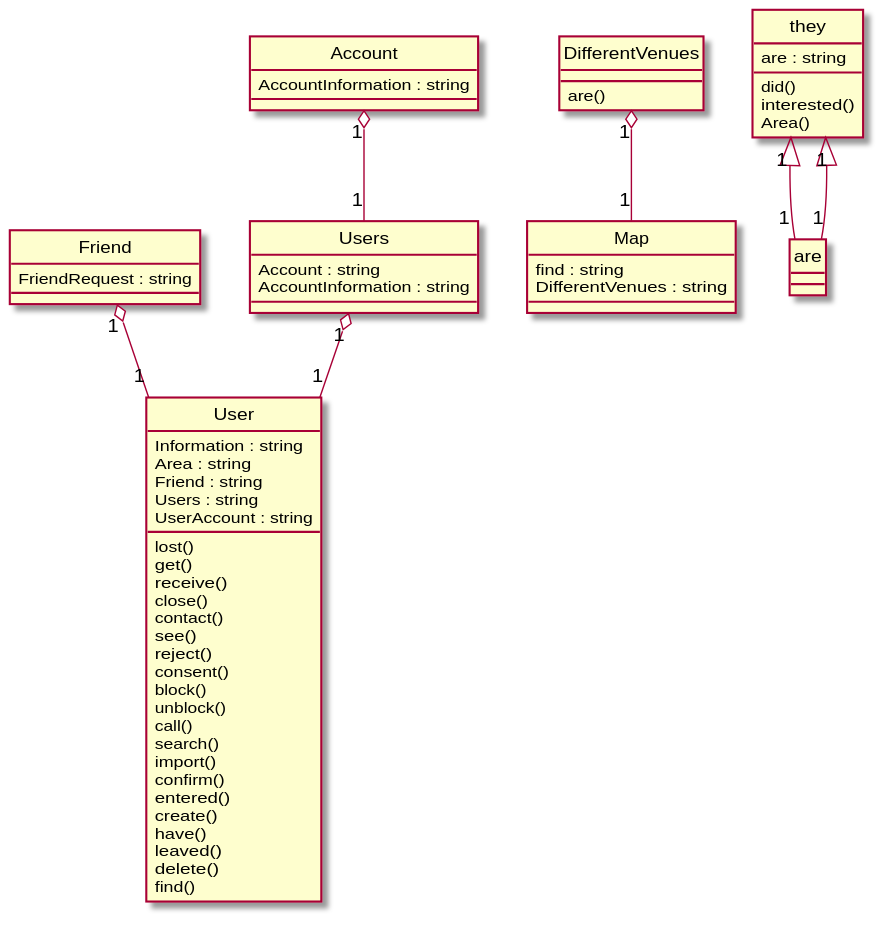
Before: Diagrams/2018-USC-Project01.svg, a diagram exported from PlantUML (xixixhalu/DomainModelExtractor).
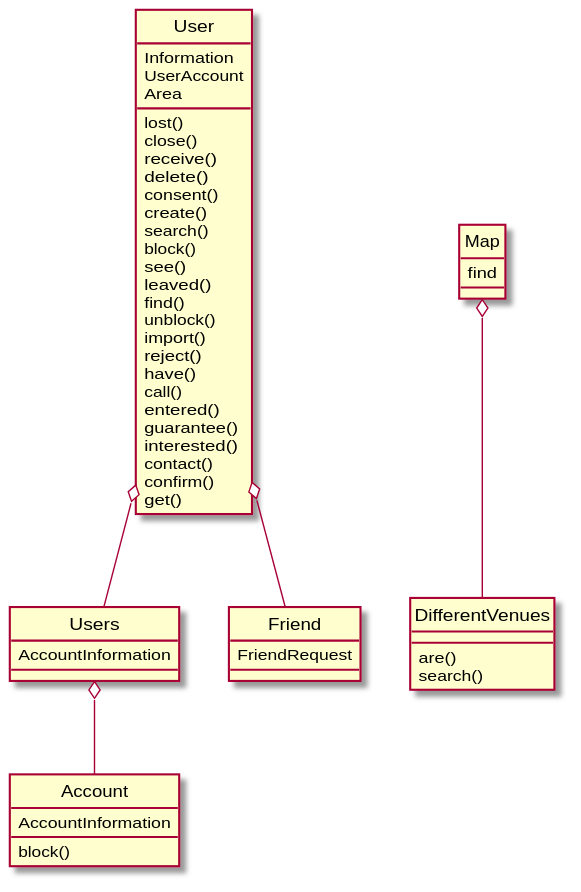
Later version of the same file.

The edit, as a diff of the source:
```diff
@@ -1,59 +1,51 @@
 @startuml
 hide circle
 class Users {
-	Account : string
-	AccountInformation : string
+	AccountInformation
 }
 class Map {
-	find : string
-	DifferentVenues : string
+	find
 }
 class User {
-	Information : string
-	Area : string
-	Friend : string
-	Users : string
-	UserAccount : string
+	Information
+	UserAccount
+	Area
 	lost()
+	close()
+	receive()
+	delete()
+	consent()
+	create()
+	search()
+	block()
+	see()
+	leaved()
+	find()
+	unblock()
+	import()
+	reject()
+	have()
+	call()
+	entered()
+	guarantee()
+	interested()
+	contact()
+	confirm()
 	get()
-	receive()
-	close()
-	contact()
-	see()
-	reject()
-	consent()
-	block()
-	unblock()
-	call()
-	search()
-	import()
-	confirm()
-	entered()
-	create()
-	have()
-	leaved()
-	delete()
-	find()
 }
 class Friend {
-	FriendRequest : string
+	FriendRequest
 }
 class Account {
-	AccountInformation : string
-}
-class they {
-	are : string
-	did()
-	interested()
-	Area()
+	AccountInformation
+	block()
 }
 class DifferentVenues {
 	are()
+	search()
 }
-Friend "1" o-- "1" User
-they "1" <|-- "1" are
-they "1" <|-- "1" are
-Account "1" o-- "1" Users
-DifferentVenues "1" o-- "1" Map
-Users "1" o-- "1" User
+Users o-- Account
+User o-- Friend
+User o-- Users
+Map o-- DifferentVenues
 @enduml
```
